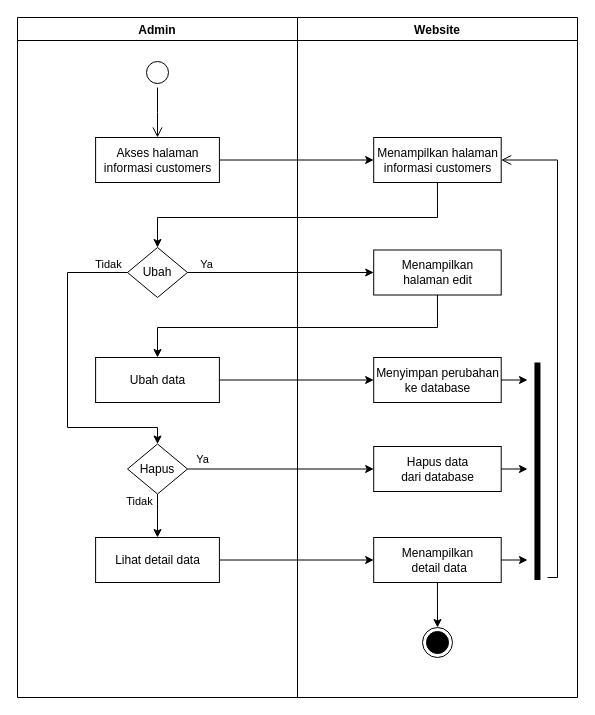
The draw.io diagram Dokumen TA/Diagram/activity_diagram/admin/admin manajemen cutomers.drawio in secondline16/ptsuryasafetynusantara, before the edit. Source tidied: cells renumbered, new cells numbered last; positions are measured from the earlier drawing's top-left corner, leaving out a move shared by most shapes. Both pictures are drawn from the tidied source at 100%, with x=0, y=0 at pixel (17, 17).
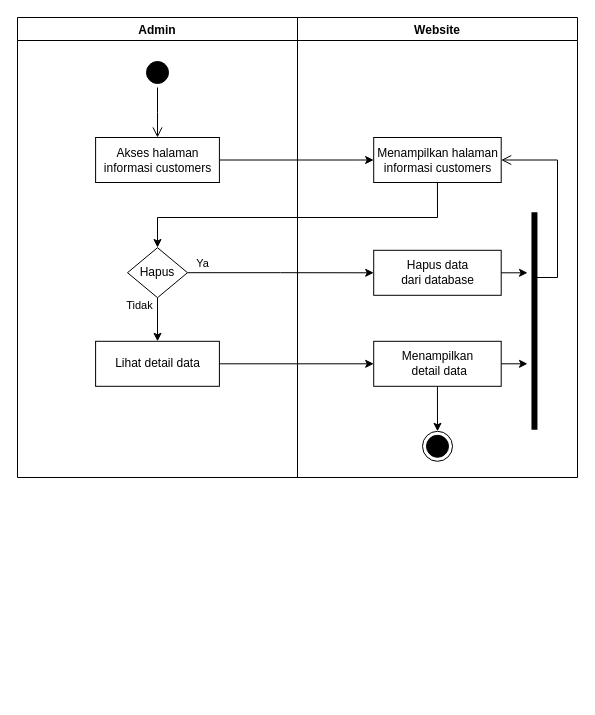
After the change.

Unchanged cells that the change refers to:
```xml
<mxCell id="3" value="Menampilkan halaman&lt;br&gt;informasi customers" style="html=1;strokeColor=#000000;fillColor=default;" parent="2" vertex="1">
  <mxGeometry x="76.2" y="120" width="127.5" height="45" as="geometry" />
</mxCell>
```

What changed in the source:
```diff
@@
     <mxCell id="2" value="Website" style="swimlane;fillColor=none;" parent="1" vertex="1">
-      <mxGeometry x="280" width="280" height="680" as="geometry" />
+      <mxGeometry x="280" width="280" height="460" as="geometry" />
     </mxCell>
@@
     <mxCell id="4" style="ellipse;html=1;shape=endState;fillColor=#000000;strokeColor=#000000;" parent="2" vertex="1">
-      <mxGeometry x="125" y="610" width="30" height="30" as="geometry" />
+      <mxGeometry x="125" y="413.8" width="30" height="30" as="geometry" />
     </mxCell>
-    <mxCell id="5" value="Menampilkan&lt;br&gt;halaman edit" style="html=1;strokeColor=#000000;fillColor=default;" parent="2" vertex="1">
-      <mxGeometry x="76.2" y="232.5" width="127.5" height="45" as="geometry" />
-    </mxCell>
-    <mxCell id="6" value="Menyimpan perubahan&lt;br&gt;ke database" style="html=1;strokeColor=#000000;fillColor=default;" parent="2" vertex="1">
-      <mxGeometry x="76.2" y="340" width="127.5" height="45" as="geometry" />
-    </mxCell>
     <mxCell id="7" value="Hapus data&lt;br&gt;dari database" style="html=1;strokeColor=#000000;fillColor=default;" parent="2" vertex="1">
-      <mxGeometry x="76.2" y="429" width="127.5" height="45" as="geometry" />
+      <mxGeometry x="76.2" y="232.8" width="127.5" height="45" as="geometry" />
     </mxCell>
@@
     <mxCell id="9" value="Menampilkan &lt;br&gt;&amp;nbsp;detail data" style="html=1;strokeColor=#000000;fillColor=default;" parent="2" vertex="1">
-      <mxGeometry x="76.2" y="520" width="127.5" height="45" as="geometry" />
+      <mxGeometry x="76.2" y="323.8" width="127.5" height="45" as="geometry" />
     </mxCell>
     <mxCell id="10" style="shape=line;html=1;strokeWidth=6;strokeColor=#000000;rotation=-90;" parent="2" vertex="1">
-      <mxGeometry x="131.2" y="448.8" width="217.5" height="10" as="geometry" />
+      <mxGeometry x="128.2" y="298.5" width="217.5" height="10" as="geometry" />
     </mxCell>
-    <mxCell id="11" style="edgeStyle=orthogonalEdgeStyle;html=1;verticalAlign=bottom;endArrow=open;endSize=8;strokeColor=#000000;rounded=0;entryX=1;entryY=0.5;entryDx=0;entryDy=0;" parent="2" edge="1" target="3">
+    <mxCell id="11" style="edgeStyle=orthogonalEdgeStyle;html=1;verticalAlign=bottom;endArrow=open;endSize=8;strokeColor=#000000;rounded=0;entryX=1;entryY=0.5;entryDx=0;entryDy=0;exitX=0.489;exitY=0.5;exitDx=0;exitDy=0;exitPerimeter=0;" parent="2" edge="1" source="10" target="3">
       <mxGeometry relative="1" as="geometry">
-        <mxPoint x="250" y="560" as="sourcePoint" />
         <Array as="points">
-          <mxPoint x="260" y="560" />
+          <mxPoint x="260" y="260" />
           <mxPoint x="260" y="143" />
         </Array>
       </mxGeometry>
     </mxCell>
     <mxCell id="12" value="Admin" style="swimlane;fillColor=none;startSize=23;" parent="1" vertex="1">
-      <mxGeometry width="280" height="680" as="geometry" />
+      <mxGeometry width="280" height="460" as="geometry" />
     </mxCell>
-    <mxCell id="13" style="ellipse;html=1;shape=startState;fillColor=default;strokeColor=#000000;" parent="12" vertex="1">
+    <mxCell id="13" style="ellipse;html=1;shape=startState;fillColor=#000000;strokeColor=#000000;" parent="12" vertex="1">
       <mxGeometry x="125" y="40" width="30" height="30" as="geometry" />
     </mxCell>
@@
-    <mxCell id="16" style="edgeStyle=orthogonalEdgeStyle;rounded=0;jettySize=auto;html=1;exitX=0;exitY=0.5;exitDx=0;exitDy=0;entryX=0.5;entryY=0;entryDx=0;entryDy=0;" parent="12" edge="1" source="17" target="20">
-      <mxGeometry relative="1" as="geometry">
-        <Array as="points">
-          <mxPoint x="50" y="255" />
-          <mxPoint x="50" y="410" />
-          <mxPoint x="140" y="410" />
-        </Array>
-      </mxGeometry>
-    </mxCell>
-    <mxCell id="17" value="Ubah" style="rhombus;whiteSpace=wrap;html=1;" parent="12" vertex="1">
-      <mxGeometry x="110" y="230" width="60" height="50" as="geometry" />
-    </mxCell>
-    <mxCell id="18" value="Ubah data" style="html=1;strokeColor=#000000;fillColor=default;" parent="12" vertex="1">
-      <mxGeometry x="78.1" y="340" width="123.8" height="45" as="geometry" />
-    </mxCell>
@@
     <mxCell id="20" value="Hapus" style="rhombus;whiteSpace=wrap;html=1;" parent="12" vertex="1">
-      <mxGeometry x="110" y="426.5" width="60" height="50" as="geometry" />
+      <mxGeometry x="110" y="230.2" width="60" height="50" as="geometry" />
     </mxCell>
-    <mxCell id="21" value="Tidak" style="edgeLabel;html=1;align=center;verticalAlign=middle;" parent="12" vertex="1">
-      <mxGeometry x="188.9" y="253" as="geometry">
-        <mxPoint x="-98" y="-7" as="offset" />
-      </mxGeometry>
-    </mxCell>
     <mxCell id="22" value="Lihat detail data" style="html=1;strokeColor=#000000;fillColor=default;" parent="12" vertex="1">
-      <mxGeometry x="78.1" y="520" width="123.8" height="45" as="geometry" />
+      <mxGeometry x="78.1" y="323.8" width="123.8" height="45" as="geometry" />
     </mxCell>
@@
-    <mxCell id="24" style="edgeStyle=orthogonalEdgeStyle;rounded=0;jettySize=auto;html=1;exitX=0.5;exitY=1;exitDx=0;exitDy=0;strokeColor=#000000;entryX=0.5;entryY=0;entryDx=0;entryDy=0;" parent="1" edge="1" source="3" target="17">
+    <mxCell id="24" style="edgeStyle=orthogonalEdgeStyle;rounded=0;jettySize=auto;html=1;exitX=0.5;exitY=1;exitDx=0;exitDy=0;strokeColor=#000000;entryX=0.5;entryY=0;entryDx=0;entryDy=0;" parent="1" edge="1" source="3">
       <mxGeometry relative="1" as="geometry">
+        <mxPoint x="140" y="230" as="targetPoint" />
         <Array as="points">
           <mxPoint x="420" y="200" />
           <mxPoint x="140" y="200" />
         </Array>
       </mxGeometry>
     </mxCell>
-    <mxCell id="25" style="edgeStyle=orthogonalEdgeStyle;rounded=0;jettySize=auto;html=1;exitX=1;exitY=0.5;exitDx=0;exitDy=0;entryX=0;entryY=0.5;entryDx=0;entryDy=0;" parent="1" edge="1" source="17" target="5">
-      <mxGeometry relative="1" as="geometry" />
-    </mxCell>
-    <mxCell id="26" value="Ya" style="edgeLabel;html=1;align=center;verticalAlign=middle;" parent="25" vertex="1">
-      <mxGeometry x="-0.81" y="2" relative="1" as="geometry">
-        <mxPoint y="-7" as="offset" />
-      </mxGeometry>
-    </mxCell>
-    <mxCell id="27" style="edgeStyle=orthogonalEdgeStyle;rounded=0;jettySize=auto;html=1;exitX=0.5;exitY=1;exitDx=0;exitDy=0;entryX=0.5;entryY=0;entryDx=0;entryDy=0;" parent="1" edge="1" source="5" target="18">
-      <mxGeometry relative="1" as="geometry">
-        <Array as="points">
-          <mxPoint x="420" y="310" />
-          <mxPoint x="140" y="310" />
-        </Array>
-      </mxGeometry>
-    </mxCell>
-    <mxCell id="28" style="edgeStyle=orthogonalEdgeStyle;rounded=0;jettySize=auto;html=1;exitX=1;exitY=0.5;exitDx=0;exitDy=0;entryX=0;entryY=0.5;entryDx=0;entryDy=0;" parent="1" edge="1" source="18" target="6">
-      <mxGeometry relative="1" as="geometry" />
-    </mxCell>
@@
-    <mxCell id="32" style="edgeStyle=orthogonalEdgeStyle;rounded=0;jettySize=auto;html=1;exitX=1;exitY=0.5;exitDx=0;exitDy=0;" parent="1" edge="1" source="6">
-      <mxGeometry relative="1" as="geometry">
-        <mxPoint x="510" y="362.3" as="targetPoint" />
-      </mxGeometry>
-    </mxCell>
     <mxCell id="33" style="edgeStyle=orthogonalEdgeStyle;rounded=0;jettySize=auto;html=1;exitX=1;exitY=0.5;exitDx=0;exitDy=0;" parent="1" edge="1" source="7">
       <mxGeometry relative="1" as="geometry">
-        <mxPoint x="510" y="451.9" as="targetPoint" />
+        <mxPoint x="510" y="255.7" as="targetPoint" />
       </mxGeometry>
     </mxCell>
     <mxCell id="34" style="edgeStyle=orthogonalEdgeStyle;rounded=0;jettySize=auto;html=1;exitX=1;exitY=0.5;exitDx=0;exitDy=0;" parent="1" edge="1" source="9">
       <mxGeometry relative="1" as="geometry">
-        <mxPoint x="510" y="542.5" as="targetPoint" />
+        <mxPoint x="510" y="346.3" as="targetPoint" />
       </mxGeometry>
     </mxCell>
     <mxCell id="35" value="Tidak" style="edgeLabel;html=1;align=center;verticalAlign=middle;" parent="1" vertex="1">
-      <mxGeometry x="195.3" y="455.5" as="geometry">
+      <mxGeometry x="195.3" y="259.2" as="geometry">
         <mxPoint x="-74" y="28" as="offset" />
       </mxGeometry>
     </mxCell>
```
